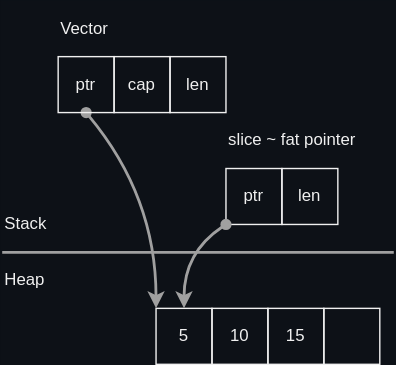
This is docs/rust/memory_layout/images/vector.drawio.svg from htgithub194/self-study, a draw.io export, as it was before one commit. Source tidied: cells renumbered, new cells last; positions are measured from the earlier drawing's top-left corner, leaving out a move shared by most shapes.
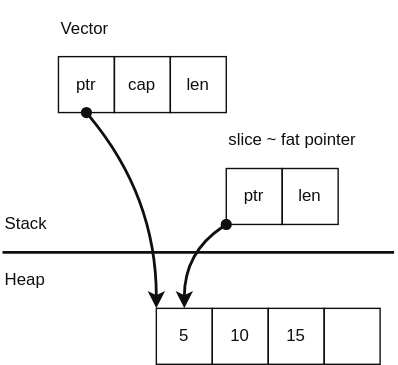
After the commit.

Change to the diagram source:
```diff
@@ -1,64 +1,64 @@
-<mxGraphModel background="#0D1117">
+<mxGraphModel>
   <root>
     <mxCell id="0" />
     <mxCell id="1" parent="0" />
-    <mxCell id="2" value="Vector" style="text;html=1;strokeColor=none;fillColor=none;align=left;verticalAlign=middle;whiteSpace=wrap;rounded=0;fontColor=#F0F0F0;" parent="1" vertex="1">
+    <mxCell id="2" value="Vector" style="text;html=1;strokeColor=none;fillColor=none;align=left;verticalAlign=middle;whiteSpace=wrap;rounded=0;fontColor=light-dark(#0F0F0F,#F0F0F0);" parent="1" vertex="1">
       <mxGeometry x="40" width="80" height="40" as="geometry" />
     </mxCell>
-    <mxCell id="3" value="Stack" style="text;html=1;strokeColor=none;fillColor=none;align=left;verticalAlign=middle;whiteSpace=wrap;rounded=0;fontColor=#F0F0F0;" parent="1" vertex="1">
+    <mxCell id="3" value="Stack" style="text;html=1;strokeColor=none;fillColor=none;align=left;verticalAlign=middle;whiteSpace=wrap;rounded=0;fontColor=light-dark(#0F0F0F,#F0F0F0);" parent="1" vertex="1">
       <mxGeometry y="140" width="80" height="40" as="geometry" />
     </mxCell>
-    <mxCell id="4" value="Heap" style="text;html=1;strokeColor=none;fillColor=none;align=left;verticalAlign=middle;whiteSpace=wrap;rounded=0;fontColor=#F0F0F0;" parent="1" vertex="1">
+    <mxCell id="4" value="Heap" style="text;html=1;strokeColor=none;fillColor=none;align=left;verticalAlign=middle;whiteSpace=wrap;rounded=0;fontColor=light-dark(#0F0F0F,#F0F0F0);" parent="1" vertex="1">
       <mxGeometry y="180" width="80" height="40" as="geometry" />
     </mxCell>
-    <mxCell id="5" style="endArrow=none;html=1;strokeColor=#A0A0A0;strokeWidth=2;fontColor=#F0F0F0;" parent="1" edge="1">
+    <mxCell id="5" style="endArrow=none;html=1;strokeColor=light-dark(#0F0F0F,#F0F0F0);strokeWidth=2;fontColor=light-dark(#0F0F0F,#F0F0F0);" parent="1" edge="1">
       <mxGeometry relative="1" as="geometry">
         <mxPoint y="180" as="sourcePoint" />
         <mxPoint x="280" y="180" as="targetPoint" />
       </mxGeometry>
     </mxCell>
-    <mxCell id="6" value="5" style="rounded=0;whiteSpace=wrap;html=1;flipH=1;flipV=1;fillColor=none;fontColor=#F0F0F0;strokeColor=#F0F0F0;" parent="1" vertex="1">
+    <mxCell id="6" value="5" style="rounded=0;whiteSpace=wrap;html=1;flipH=1;flipV=1;fillColor=none;fontColor=light-dark(#0F0F0F,#F0F0F0);strokeColor=light-dark(#0F0F0F,#F0F0F0);" parent="1" vertex="1">
       <mxGeometry x="110" y="220" width="40" height="40" as="geometry" />
     </mxCell>
-    <mxCell id="7" value="10" style="rounded=0;whiteSpace=wrap;html=1;flipH=1;flipV=1;fillColor=none;fontColor=#F0F0F0;strokeColor=#F0F0F0;" parent="1" vertex="1">
+    <mxCell id="7" value="10" style="rounded=0;whiteSpace=wrap;html=1;flipH=1;flipV=1;fillColor=none;fontColor=light-dark(#0F0F0F,#F0F0F0);strokeColor=light-dark(#0F0F0F,#F0F0F0);" parent="1" vertex="1">
       <mxGeometry x="150" y="220" width="40" height="40" as="geometry" />
     </mxCell>
-    <mxCell id="8" value="15" style="rounded=0;whiteSpace=wrap;html=1;flipH=1;flipV=1;fillColor=none;fontColor=#F0F0F0;strokeColor=#F0F0F0;" parent="1" vertex="1">
+    <mxCell id="8" value="15" style="rounded=0;whiteSpace=wrap;html=1;flipH=1;flipV=1;fillColor=none;fontColor=light-dark(#0F0F0F,#F0F0F0);strokeColor=light-dark(#0F0F0F,#F0F0F0);" parent="1" vertex="1">
       <mxGeometry x="190" y="220" width="40" height="40" as="geometry" />
     </mxCell>
-    <mxCell id="9" style="edgeStyle=none;html=1;entryX=0;entryY=0;entryDx=0;entryDy=0;strokeColor=#A0A0A0;strokeWidth=2;exitX=0.5;exitY=1;exitDx=0;exitDy=0;curved=1;startArrow=oval;startFill=1;fontColor=#F0F0F0;" parent="1" edge="1" source="10" target="6">
+    <mxCell id="9" style="edgeStyle=none;html=1;entryX=0;entryY=0;entryDx=0;entryDy=0;strokeColor=light-dark(#0F0F0F,#F0F0F0);strokeWidth=2;exitX=0.5;exitY=1;exitDx=0;exitDy=0;curved=1;startArrow=oval;startFill=1;fontColor=light-dark(#0F0F0F,#F0F0F0);" parent="1" edge="1" source="10" target="6">
       <mxGeometry relative="1" as="geometry">
         <Array as="points">
           <mxPoint x="110" y="140" />
         </Array>
       </mxGeometry>
     </mxCell>
-    <mxCell id="10" value="ptr" style="rounded=0;whiteSpace=wrap;html=1;flipH=1;flipV=1;fillColor=none;fontColor=#F0F0F0;strokeColor=#F0F0F0;" parent="1" vertex="1">
+    <mxCell id="10" value="ptr" style="rounded=0;whiteSpace=wrap;html=1;flipH=1;flipV=1;fillColor=none;fontColor=light-dark(#0F0F0F,#F0F0F0);strokeColor=light-dark(#0F0F0F,#F0F0F0);" parent="1" vertex="1">
       <mxGeometry x="40" y="40" width="40" height="40" as="geometry" />
     </mxCell>
-    <mxCell id="11" value="cap" style="rounded=0;whiteSpace=wrap;html=1;flipH=1;flipV=1;fillColor=none;fontColor=#F0F0F0;strokeColor=#F0F0F0;" parent="1" vertex="1">
+    <mxCell id="11" value="cap" style="rounded=0;whiteSpace=wrap;html=1;flipH=1;flipV=1;fillColor=none;fontColor=light-dark(#0F0F0F,#F0F0F0);strokeColor=light-dark(#0F0F0F,#F0F0F0);" parent="1" vertex="1">
       <mxGeometry x="80" y="40" width="40" height="40" as="geometry" />
     </mxCell>
-    <mxCell id="12" value="len" style="rounded=0;whiteSpace=wrap;html=1;flipH=1;flipV=1;fillColor=none;fontColor=#F0F0F0;strokeColor=#F0F0F0;" parent="1" vertex="1">
+    <mxCell id="12" value="len" style="rounded=0;whiteSpace=wrap;html=1;flipH=1;flipV=1;fillColor=none;fontColor=light-dark(#0F0F0F,#F0F0F0);strokeColor=light-dark(#0F0F0F,#F0F0F0);" parent="1" vertex="1">
       <mxGeometry x="120" y="40" width="40" height="40" as="geometry" />
     </mxCell>
-    <mxCell id="13" value="slice ~ fat pointer" style="text;html=1;strokeColor=none;fillColor=none;align=left;verticalAlign=middle;whiteSpace=wrap;rounded=0;fontColor=#F0F0F0;" parent="1" vertex="1">
+    <mxCell id="13" value="slice ~ fat pointer" style="text;html=1;strokeColor=none;fillColor=none;align=left;verticalAlign=middle;whiteSpace=wrap;rounded=0;fontColor=light-dark(#0F0F0F,#F0F0F0);" parent="1" vertex="1">
       <mxGeometry x="160" y="80" width="120" height="40" as="geometry" />
     </mxCell>
-    <mxCell id="14" value="ptr" style="rounded=0;whiteSpace=wrap;html=1;flipH=1;flipV=1;fillColor=none;fontColor=#F0F0F0;strokeColor=#F0F0F0;" parent="1" vertex="1">
+    <mxCell id="14" value="ptr" style="rounded=0;whiteSpace=wrap;html=1;flipH=1;flipV=1;fillColor=none;fontColor=light-dark(#0F0F0F,#F0F0F0);strokeColor=light-dark(#0F0F0F,#F0F0F0);" parent="1" vertex="1">
       <mxGeometry x="160" y="120" width="40" height="40" as="geometry" />
     </mxCell>
-    <mxCell id="15" value="len" style="rounded=0;whiteSpace=wrap;html=1;flipH=1;flipV=1;fillColor=none;fontColor=#F0F0F0;strokeColor=#F0F0F0;" parent="1" vertex="1">
+    <mxCell id="15" value="len" style="rounded=0;whiteSpace=wrap;html=1;flipH=1;flipV=1;fillColor=none;fontColor=light-dark(#0F0F0F,#F0F0F0);strokeColor=light-dark(#0F0F0F,#F0F0F0);" parent="1" vertex="1">
       <mxGeometry x="200" y="120" width="40" height="40" as="geometry" />
     </mxCell>
-    <mxCell id="16" style="edgeStyle=none;html=1;strokeColor=#A0A0A0;strokeWidth=2;exitX=0;exitY=1;exitDx=0;exitDy=0;curved=1;startArrow=oval;startFill=1;entryX=0.5;entryY=0;entryDx=0;entryDy=0;fontColor=#F0F0F0;" parent="1" edge="1" source="14" target="6">
+    <mxCell id="16" style="edgeStyle=none;html=1;strokeColor=light-dark(#0F0F0F,#F0F0F0);strokeWidth=2;exitX=0;exitY=1;exitDx=0;exitDy=0;curved=1;startArrow=oval;startFill=1;entryX=0.5;entryY=0;entryDx=0;entryDy=0;fontColor=light-dark(#0F0F0F,#F0F0F0);" parent="1" edge="1" source="14" target="6">
       <mxGeometry relative="1" as="geometry">
         <Array as="points">
           <mxPoint x="130" y="180" />
         </Array>
       </mxGeometry>
     </mxCell>
-    <mxCell id="17" style="rounded=0;whiteSpace=wrap;html=1;flipH=1;flipV=1;fillColor=none;fontColor=#F0F0F0;strokeColor=#F0F0F0;" parent="1" vertex="1">
+    <mxCell id="17" style="rounded=0;whiteSpace=wrap;html=1;flipH=1;flipV=1;fillColor=none;fontColor=light-dark(#0F0F0F,#F0F0F0);strokeColor=light-dark(#0F0F0F,#F0F0F0);" parent="1" vertex="1">
       <mxGeometry x="230" y="220" width="40" height="40" as="geometry" />
     </mxCell>
   </root>
```
